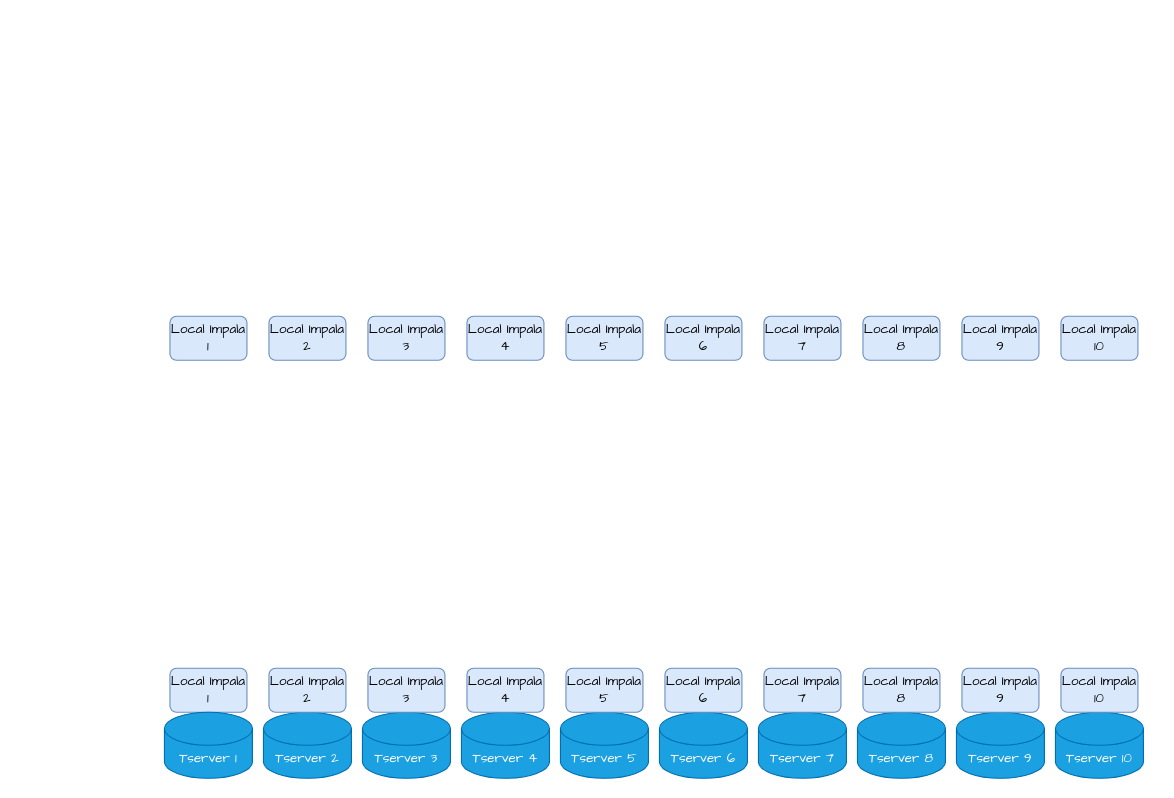
Before: 原始查询scan_token 对应 executors.drawio in eeyyee/flowchart, a draw.io diagram. Source tidied: cells renumbered, new cells numbered last; positions are measured from the earlier drawing's top-left corner, leaving out a move shared by most shapes. Both pictures are drawn from the tidied source at 110%, with x=0, y=0 at pixel (164, 316).
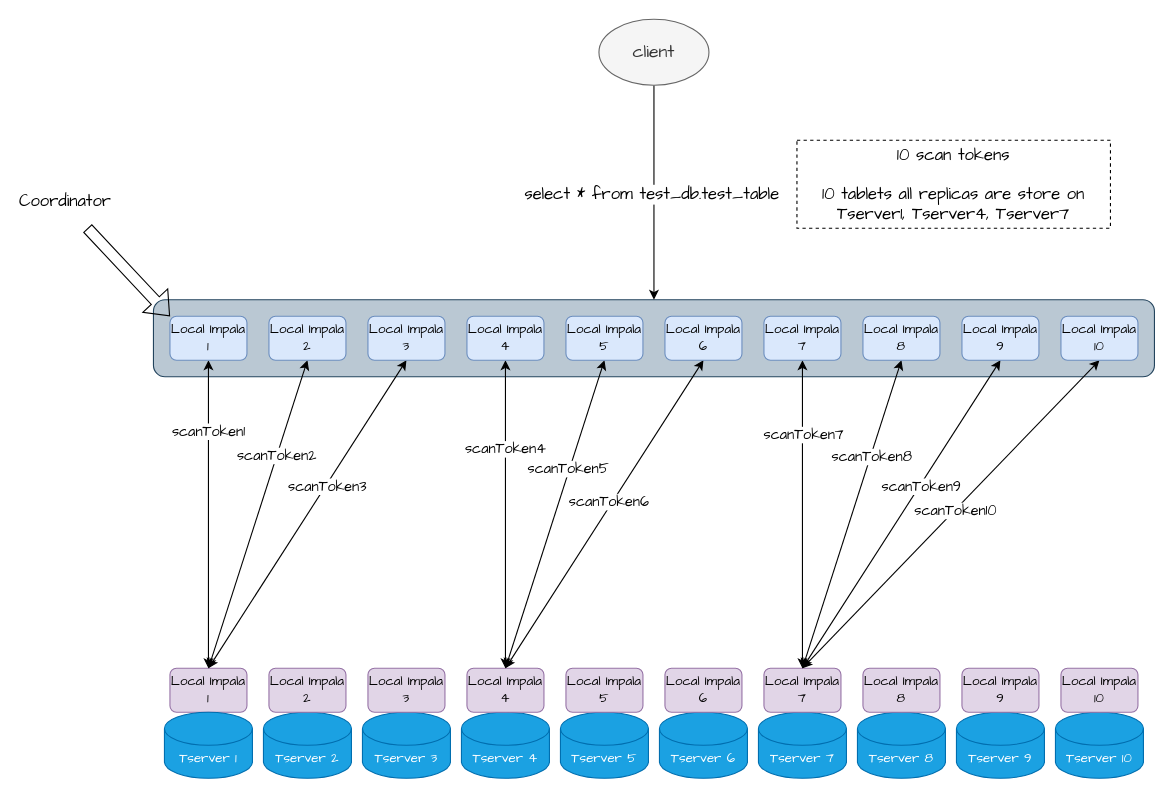
The same diagram, later.

Commit message:
更新原始查询scan_token 对应 executors.drawio

Unchanged cells that the change refers to:
```xml
<mxCell id="22" value="Local Impala 1" style="rounded=1;whiteSpace=wrap;html=1;fontFamily=Comic Sans MS;fillColor=#dae8fc;strokeColor=#6c8ebf;" parent="1" vertex="1">
  <mxGeometry x="5" width="70" height="40" as="geometry" />
</mxCell>
<mxCell id="23" value="Local Impala 2" style="rounded=1;whiteSpace=wrap;html=1;fontFamily=Comic Sans MS;fillColor=#dae8fc;strokeColor=#6c8ebf;" parent="1" vertex="1">
  <mxGeometry x="95" width="70" height="40" as="geometry" />
</mxCell>
<mxCell id="24" value="Local Impala 3" style="rounded=1;whiteSpace=wrap;html=1;fontFamily=Comic Sans MS;fillColor=#dae8fc;strokeColor=#6c8ebf;" parent="1" vertex="1">
  <mxGeometry x="185" width="70" height="40" as="geometry" />
</mxCell>
<mxCell id="25" value="Local Impala 4" style="rounded=1;whiteSpace=wrap;html=1;fontFamily=Comic Sans MS;fillColor=#dae8fc;strokeColor=#6c8ebf;" parent="1" vertex="1">
  <mxGeometry x="275" width="70" height="40" as="geometry" />
</mxCell>
<mxCell id="26" value="Local Impala 5" style="rounded=1;whiteSpace=wrap;html=1;fontFamily=Comic Sans MS;fillColor=#dae8fc;strokeColor=#6c8ebf;" parent="1" vertex="1">
  <mxGeometry x="365" width="70" height="40" as="geometry" />
</mxCell>
<mxCell id="27" value="Local Impala 6" style="rounded=1;whiteSpace=wrap;html=1;fontFamily=Comic Sans MS;fillColor=#dae8fc;strokeColor=#6c8ebf;" parent="1" vertex="1">
  <mxGeometry x="455" width="70" height="40" as="geometry" />
</mxCell>
<mxCell id="28" value="Local Impala 7" style="rounded=1;whiteSpace=wrap;html=1;fontFamily=Comic Sans MS;fillColor=#dae8fc;strokeColor=#6c8ebf;" parent="1" vertex="1">
  <mxGeometry x="545" width="70" height="40" as="geometry" />
</mxCell>
<mxCell id="29" value="Local Impala 8" style="rounded=1;whiteSpace=wrap;html=1;fontFamily=Comic Sans MS;fillColor=#dae8fc;strokeColor=#6c8ebf;" parent="1" vertex="1">
  <mxGeometry x="635" width="70" height="40" as="geometry" />
</mxCell>
<mxCell id="30" value="Local Impala 9" style="rounded=1;whiteSpace=wrap;html=1;fontFamily=Comic Sans MS;fillColor=#dae8fc;strokeColor=#6c8ebf;" parent="1" vertex="1">
  <mxGeometry x="725" width="70" height="40" as="geometry" />
</mxCell>
<mxCell id="31" value="Local Impala 10" style="rounded=1;whiteSpace=wrap;html=1;fontFamily=Comic Sans MS;fillColor=#dae8fc;strokeColor=#6c8ebf;" parent="1" vertex="1">
  <mxGeometry x="815" width="70" height="40" as="geometry" />
</mxCell>
```

Change to the diagram source:
```diff
@@
+    <mxCell id="32" style="rounded=1;whiteSpace=wrap;html=1;fontFamily=Comic Sans MS;fillColor=#bac8d3;strokeColor=#23445d;" parent="1" vertex="1">
+      <mxGeometry x="-10" y="-15" width="910" height="70" as="geometry" />
+    </mxCell>
-    <mxCell id="2" value="Local Impala 1" style="rounded=1;whiteSpace=wrap;html=1;fontFamily=Comic Sans MS;fillColor=#dae8fc;strokeColor=#6c8ebf;" parent="1" vertex="1">
+    <mxCell id="2" value="Local Impala 1" style="rounded=1;whiteSpace=wrap;html=1;fontFamily=Comic Sans MS;fillColor=#e1d5e7;strokeColor=#9673a6;" parent="1" vertex="1">
       <mxGeometry x="5" y="320" width="70" height="40" as="geometry" />
     </mxCell>
@@
-    <mxCell id="13" value="Local Impala 2" style="rounded=1;whiteSpace=wrap;html=1;fontFamily=Comic Sans MS;fillColor=#dae8fc;strokeColor=#6c8ebf;" parent="1" vertex="1">
+    <mxCell id="13" value="Local Impala 2" style="rounded=1;whiteSpace=wrap;html=1;fontFamily=Comic Sans MS;fillColor=#e1d5e7;strokeColor=#9673a6;" parent="1" vertex="1">
       <mxGeometry x="95" y="320" width="70" height="40" as="geometry" />
     </mxCell>
-    <mxCell id="14" value="Local Impala 3" style="rounded=1;whiteSpace=wrap;html=1;fontFamily=Comic Sans MS;fillColor=#dae8fc;strokeColor=#6c8ebf;" parent="1" vertex="1">
+    <mxCell id="14" value="Local Impala 3" style="rounded=1;whiteSpace=wrap;html=1;fontFamily=Comic Sans MS;fillColor=#e1d5e7;strokeColor=#9673a6;" parent="1" vertex="1">
       <mxGeometry x="185" y="320" width="70" height="40" as="geometry" />
     </mxCell>
-    <mxCell id="15" value="Local Impala 4" style="rounded=1;whiteSpace=wrap;html=1;fontFamily=Comic Sans MS;fillColor=#dae8fc;strokeColor=#6c8ebf;" parent="1" vertex="1">
+    <mxCell id="15" value="Local Impala 4" style="rounded=1;whiteSpace=wrap;html=1;fontFamily=Comic Sans MS;fillColor=#e1d5e7;strokeColor=#9673a6;" parent="1" vertex="1">
       <mxGeometry x="275" y="320" width="70" height="40" as="geometry" />
     </mxCell>
-    <mxCell id="16" value="Local Impala 5" style="rounded=1;whiteSpace=wrap;html=1;fontFamily=Comic Sans MS;fillColor=#dae8fc;strokeColor=#6c8ebf;" parent="1" vertex="1">
+    <mxCell id="16" value="Local Impala 5" style="rounded=1;whiteSpace=wrap;html=1;fontFamily=Comic Sans MS;fillColor=#e1d5e7;strokeColor=#9673a6;" parent="1" vertex="1">
       <mxGeometry x="365" y="320" width="70" height="40" as="geometry" />
     </mxCell>
-    <mxCell id="17" value="Local Impala 6" style="rounded=1;whiteSpace=wrap;html=1;fontFamily=Comic Sans MS;fillColor=#dae8fc;strokeColor=#6c8ebf;" parent="1" vertex="1">
+    <mxCell id="17" value="Local Impala 6" style="rounded=1;whiteSpace=wrap;html=1;fontFamily=Comic Sans MS;fillColor=#e1d5e7;strokeColor=#9673a6;" parent="1" vertex="1">
       <mxGeometry x="455" y="320" width="70" height="40" as="geometry" />
     </mxCell>
-    <mxCell id="18" value="Local Impala 7" style="rounded=1;whiteSpace=wrap;html=1;fontFamily=Comic Sans MS;fillColor=#dae8fc;strokeColor=#6c8ebf;" parent="1" vertex="1">
+    <mxCell id="18" value="Local Impala 7" style="rounded=1;whiteSpace=wrap;html=1;fontFamily=Comic Sans MS;fillColor=#e1d5e7;strokeColor=#9673a6;" parent="1" vertex="1">
       <mxGeometry x="545" y="320" width="70" height="40" as="geometry" />
     </mxCell>
-    <mxCell id="19" value="Local Impala 8" style="rounded=1;whiteSpace=wrap;html=1;fontFamily=Comic Sans MS;fillColor=#dae8fc;strokeColor=#6c8ebf;" parent="1" vertex="1">
+    <mxCell id="19" value="Local Impala 8" style="rounded=1;whiteSpace=wrap;html=1;fontFamily=Comic Sans MS;fillColor=#e1d5e7;strokeColor=#9673a6;" parent="1" vertex="1">
       <mxGeometry x="635" y="320" width="70" height="40" as="geometry" />
     </mxCell>
-    <mxCell id="20" value="Local Impala 9" style="rounded=1;whiteSpace=wrap;html=1;fontFamily=Comic Sans MS;fillColor=#dae8fc;strokeColor=#6c8ebf;" parent="1" vertex="1">
+    <mxCell id="20" value="Local Impala 9" style="rounded=1;whiteSpace=wrap;html=1;fontFamily=Comic Sans MS;fillColor=#e1d5e7;strokeColor=#9673a6;" parent="1" vertex="1">
       <mxGeometry x="725" y="320" width="70" height="40" as="geometry" />
     </mxCell>
-    <mxCell id="21" value="Local Impala 10" style="rounded=1;whiteSpace=wrap;html=1;fontFamily=Comic Sans MS;fillColor=#dae8fc;strokeColor=#6c8ebf;" parent="1" vertex="1">
+    <mxCell id="21" value="Local Impala 10" style="rounded=1;whiteSpace=wrap;html=1;fontFamily=Comic Sans MS;fillColor=#e1d5e7;strokeColor=#9673a6;" parent="1" vertex="1">
       <mxGeometry x="815" y="320" width="70" height="40" as="geometry" />
     </mxCell>
+    <mxCell id="33" style="rounded=0;jettySize=auto;html=1;exitX=0.5;exitY=1;exitDx=0;exitDy=0;entryX=0.5;entryY=0;entryDx=0;entryDy=0;startArrow=classic;startFill=1;" parent="1" edge="1" source="22" target="2">
+      <mxGeometry relative="1" as="geometry" />
+    </mxCell>
+    <mxCell id="34" value="scanToken1" style="edgeLabel;html=1;align=center;verticalAlign=middle;fontFamily=Comic Sans MS;fontSize=13;" parent="33" vertex="1">
+      <mxGeometry x="-0.54" y="-1" relative="1" as="geometry" />
+    </mxCell>
@@
+    <mxCell id="35" style="rounded=0;jettySize=auto;html=1;exitX=0.5;exitY=1;exitDx=0;exitDy=0;entryX=0.5;entryY=0;entryDx=0;entryDy=0;startArrow=classic;startFill=1;" parent="1" edge="1" source="23" target="2">
+      <mxGeometry relative="1" as="geometry" />
+    </mxCell>
+    <mxCell id="36" value="scanToken2" style="edgeLabel;html=1;align=center;verticalAlign=middle;fontFamily=Comic Sans MS;fontSize=13;" parent="35" vertex="1">
+      <mxGeometry x="-0.38" y="-1" relative="1" as="geometry" />
+    </mxCell>
@@
+    <mxCell id="37" style="rounded=0;jettySize=auto;html=1;exitX=0.5;exitY=1;exitDx=0;exitDy=0;startArrow=classic;startFill=1;" parent="1" edge="1" source="24">
+      <mxGeometry relative="1" as="geometry">
+        <mxPoint x="40" y="320" as="targetPoint" />
+      </mxGeometry>
+    </mxCell>
+    <mxCell id="38" value="scanToken3" style="edgeLabel;html=1;align=center;verticalAlign=middle;fontFamily=Comic Sans MS;fontSize=13;" parent="37" vertex="1">
+      <mxGeometry x="-0.19" y="1" relative="1" as="geometry" />
+    </mxCell>
@@
+    <mxCell id="39" style="rounded=0;jettySize=auto;html=1;exitX=0.5;exitY=1;exitDx=0;exitDy=0;entryX=0.5;entryY=0;entryDx=0;entryDy=0;startArrow=classic;startFill=1;" parent="1" edge="1" source="25" target="15">
+      <mxGeometry relative="1" as="geometry" />
+    </mxCell>
+    <mxCell id="40" value="scanToken4" style="edgeLabel;html=1;align=center;verticalAlign=middle;fontFamily=Comic Sans MS;fontSize=13;" parent="39" vertex="1">
+      <mxGeometry x="-0.43" y="-1" relative="1" as="geometry" />
+    </mxCell>
@@
+    <mxCell id="41" style="rounded=0;jettySize=auto;html=1;exitX=0.5;exitY=1;exitDx=0;exitDy=0;entryX=0.5;entryY=0;entryDx=0;entryDy=0;startArrow=classic;startFill=1;" parent="1" edge="1" source="26" target="15">
+      <mxGeometry relative="1" as="geometry" />
+    </mxCell>
+    <mxCell id="42" value="scanToken5" style="edgeLabel;html=1;align=center;verticalAlign=middle;fontFamily=Comic Sans MS;fontSize=13;" parent="41" vertex="1">
+      <mxGeometry x="-0.29" y="-2" relative="1" as="geometry" />
+    </mxCell>
@@
+    <mxCell id="43" style="rounded=0;jettySize=auto;html=1;exitX=0.5;exitY=1;exitDx=0;exitDy=0;entryX=0.5;entryY=0;entryDx=0;entryDy=0;startArrow=classic;startFill=1;" parent="1" edge="1" source="27" target="15">
+      <mxGeometry relative="1" as="geometry" />
+    </mxCell>
+    <mxCell id="44" value="scanToken6" style="edgeLabel;html=1;align=center;verticalAlign=middle;fontFamily=Comic Sans MS;fontSize=13;" parent="43" vertex="1">
+      <mxGeometry x="-0.07" y="-3" relative="1" as="geometry" />
+    </mxCell>
@@
+    <mxCell id="45" style="rounded=0;jettySize=auto;html=1;exitX=0.5;exitY=1;exitDx=0;exitDy=0;startArrow=classic;startFill=1;" parent="1" edge="1" source="28" target="18">
+      <mxGeometry relative="1" as="geometry" />
+    </mxCell>
+    <mxCell id="46" value="scanToken7" style="edgeLabel;html=1;align=center;verticalAlign=middle;fontFamily=Comic Sans MS;fontSize=13;" parent="45" vertex="1">
+      <mxGeometry x="-0.52" relative="1" as="geometry" />
+    </mxCell>
@@
+    <mxCell id="47" style="rounded=0;jettySize=auto;html=1;exitX=0.5;exitY=1;exitDx=0;exitDy=0;entryX=0.5;entryY=0;entryDx=0;entryDy=0;startArrow=classic;startFill=1;" parent="1" edge="1" source="29" target="18">
+      <mxGeometry relative="1" as="geometry" />
+    </mxCell>
+    <mxCell id="48" value="scanToken8" style="edgeLabel;html=1;align=center;verticalAlign=middle;fontFamily=Comic Sans MS;fontSize=13;" parent="47" vertex="1">
+      <mxGeometry x="-0.37" y="1" relative="1" as="geometry">
+        <mxPoint y="-1" as="offset" />
+      </mxGeometry>
+    </mxCell>
@@
+    <mxCell id="49" style="rounded=0;jettySize=auto;html=1;exitX=0.5;exitY=1;exitDx=0;exitDy=0;entryX=0.5;entryY=0;entryDx=0;entryDy=0;startArrow=classic;startFill=1;" parent="1" edge="1" source="30" target="18">
+      <mxGeometry relative="1" as="geometry" />
+    </mxCell>
+    <mxCell id="50" value="scanToken9" style="edgeLabel;html=1;align=center;verticalAlign=middle;fontFamily=Comic Sans MS;fontSize=13;" parent="49" vertex="1">
+      <mxGeometry x="-0.19" y="1" relative="1" as="geometry" />
+    </mxCell>
@@
+    <mxCell id="51" style="rounded=0;jettySize=auto;html=1;exitX=0.5;exitY=1;exitDx=0;exitDy=0;entryX=0.5;entryY=0;entryDx=0;entryDy=0;startArrow=classic;startFill=1;" parent="1" edge="1" source="31" target="18">
+      <mxGeometry relative="1" as="geometry" />
+    </mxCell>
+    <mxCell id="52" value="scanToken10" style="edgeLabel;html=1;align=center;verticalAlign=middle;fontFamily=Comic Sans MS;fontSize=13;" parent="51" vertex="1">
+      <mxGeometry x="-0.03" relative="1" as="geometry" />
+    </mxCell>
@@
+    <mxCell id="53" style="edgeStyle=orthogonalEdgeStyle;rounded=0;jettySize=auto;html=1;exitX=0.5;exitY=1;exitDx=0;exitDy=0;entryX=0.5;entryY=0;entryDx=0;entryDy=0;" parent="1" edge="1" source="55" target="32">
+      <mxGeometry relative="1" as="geometry" />
+    </mxCell>
+    <mxCell id="54" value="select * from test_db.test_table" style="edgeLabel;html=1;align=center;verticalAlign=middle;fontFamily=Comic Sans MS;fontSize=15;" parent="53" vertex="1">
+      <mxGeometry y="-3" relative="1" as="geometry" />
+    </mxCell>
+    <mxCell id="55" value="&lt;font style=&quot;font-size: 16px;&quot;&gt;client&lt;/font&gt;" style="ellipse;whiteSpace=wrap;html=1;fontFamily=Comic Sans MS;fillColor=#f5f5f5;fontColor=#333333;strokeColor=#666666;" parent="1" vertex="1">
+      <mxGeometry x="395" y="-270" width="100" height="60" as="geometry" />
+    </mxCell>
+    <mxCell id="56" style="shape=flexArrow;endArrow=classic;html=1;rounded=0;entryX=0;entryY=0;entryDx=0;entryDy=0;" parent="1" edge="1" target="22">
+      <mxGeometry relative="1" as="geometry">
+        <mxPoint x="-70" y="-80" as="sourcePoint" />
+      </mxGeometry>
+    </mxCell>
+    <mxCell id="57" value="&lt;font style=&quot;font-size: 15px;&quot;&gt;Coordinator&lt;/font&gt;" style="text;html=1;whiteSpace=wrap;strokeColor=none;fillColor=none;align=center;verticalAlign=middle;rounded=0;fontFamily=Comic Sans MS;" parent="1" vertex="1">
+      <mxGeometry x="-120" y="-120" width="60" height="30" as="geometry" />
+    </mxCell>
+    <mxCell id="58" value="10 scan tokens&lt;div&gt;&lt;br&gt;&lt;div&gt;10 tablets all replicas are store on Tserver1, Tserver4, Tserver7&lt;/div&gt;&lt;/div&gt;" style="text;html=1;whiteSpace=wrap;strokeColor=default;fillColor=none;align=center;verticalAlign=middle;rounded=0;fontFamily=Comic Sans MS;fontSize=15;dashed=1;" parent="1" vertex="1">
+      <mxGeometry x="575" y="-160" width="285" height="80" as="geometry" />
+    </mxCell>
```
